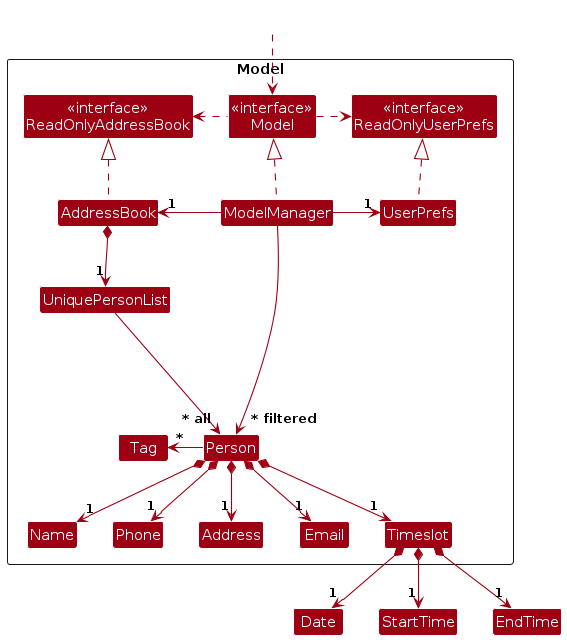
The PlantUML diagram diagrams/ModelClassDiagram.png in AY2526S1-CS2103T-T15-1/tp, before a commit. Its source is kept beside it as diagrams/ModelClassDiagram.puml. The source it was exported from:
```plantuml
@startuml
!include style.puml
skinparam arrowThickness 1.1
skinparam arrowColor MODEL_COLOR
skinparam classBackgroundColor MODEL_COLOR

Package Model as ModelPackage <<Rectangle>>{
Class "<<interface>>\nReadOnlyAddressBook" as ReadOnlyAddressBook
Class "<<interface>>\nReadOnlyUserPrefs" as ReadOnlyUserPrefs
Class "<<interface>>\nModel" as Model
Class AddressBook
Class ModelManager
Class UserPrefs

Class UniquePersonList
Class Person
Class Address
Class Email
Class Name
Class Phone
Class Tag
Class Timeslot

Class I #FFFFFF
}

Class HiddenOutside #FFFFFF
HiddenOutside ..> Model

AddressBook .up.|> ReadOnlyAddressBook

ModelManager .up.|> Model
Model .right.> ReadOnlyUserPrefs
Model .left.> ReadOnlyAddressBook
ModelManager -left-> "1" AddressBook
ModelManager -right-> "1" UserPrefs
UserPrefs .up.|> ReadOnlyUserPrefs

AddressBook *--> "1" UniquePersonList
UniquePersonList --> "~* all" Person
Person -left-> "*" Tag
Person *--> "1"Name
Person *--> "1"Phone
Person *--> "1"Email
Person *--> "1"Address
Person *--> "1"Timeslot

Timeslot *--> "1"Date
Timeslot *--> "1"StartTime
Timeslot *--> "1"EndTime

Person -[hidden]up--> I
UniquePersonList -[hidden]right-> I

Name -[hidden]right-> Phone
Phone -[hidden]right-> Address
Address -[hidden]right-> Email

ModelManager --> "~* filtered" Person
@enduml
```
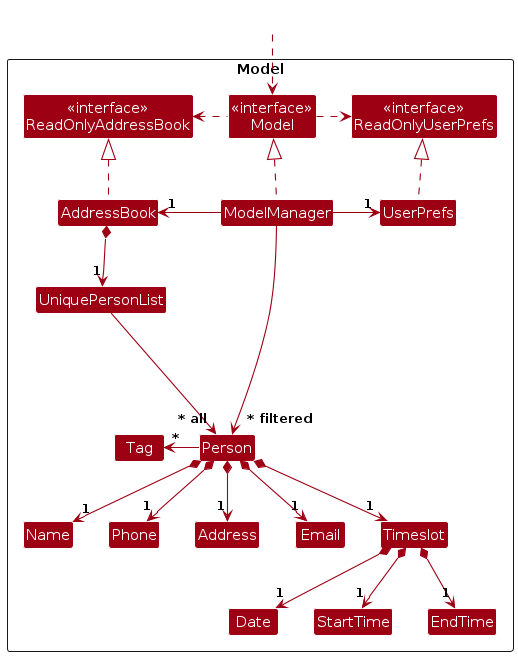
The same file after the commit.

What changed in the source:
```diff
@@ -20,6 +20,10 @@
 Class Phone
 Class Tag
 Class Timeslot
+
+Class Date
+    Class StartTime
+    Class EndTime
 
 Class I #FFFFFF
 }
```
